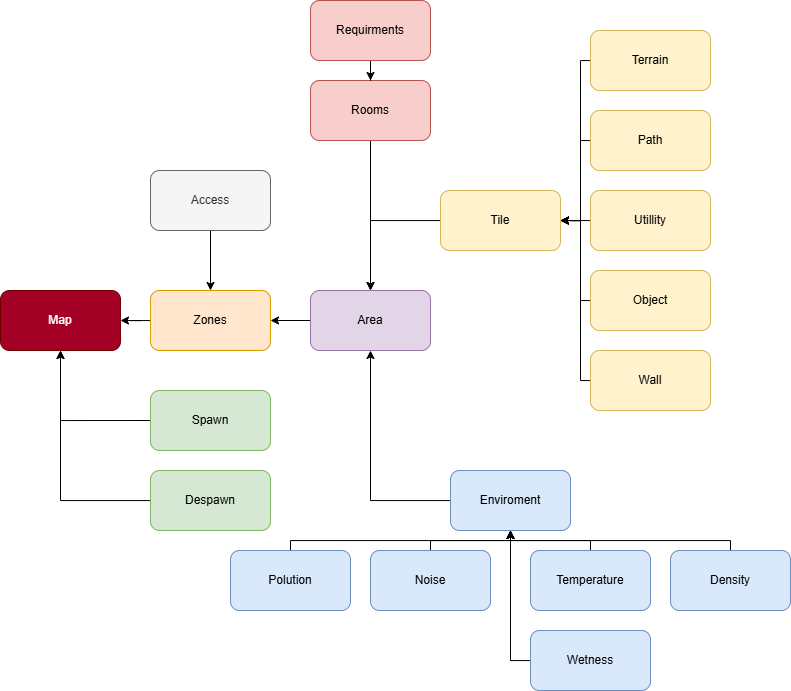
benjacobs982-dev/Festival-Sim-Project keeps this draw.io diagram as design/Architecture/Map.png. Above is the earlier version. Source tidied: cells renumbered, new cells last; positions are measured from the earlier drawing's top-left corner, leaving out a move shared by most shapes.
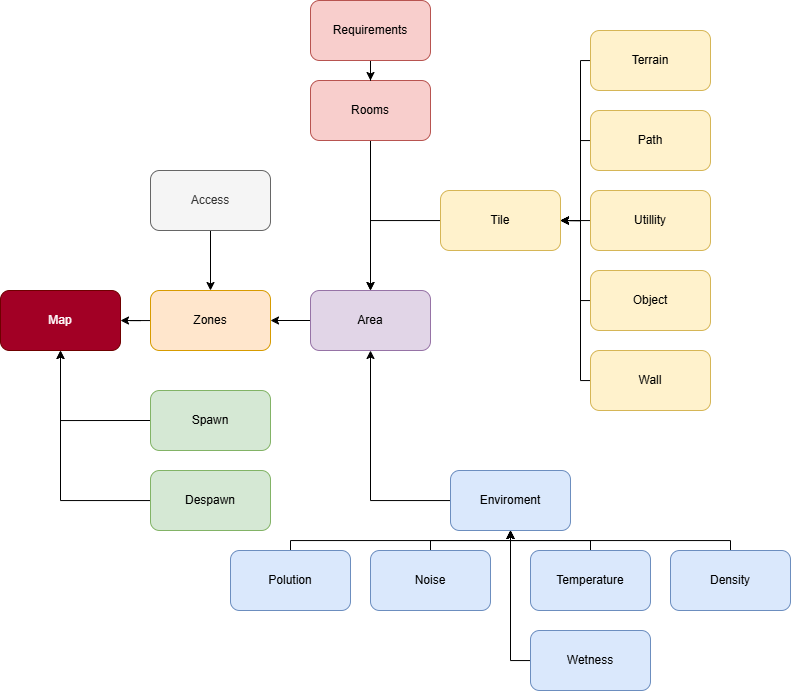
After the commit.

What changed in the source:
```diff
@@ -160,7 +160,7 @@
     <mxCell id="39" style="edgeStyle=orthogonalEdgeStyle;rounded=0;jettySize=auto;html=1;" parent="1" edge="1" source="40" target="38">
       <mxGeometry relative="1" as="geometry" />
     </mxCell>
-    <mxCell id="40" value="Requirments" style="rounded=1;whiteSpace=wrap;html=1;fillColor=#f8cecc;strokeColor=#b85450;" parent="1" vertex="1">
+    <mxCell id="40" value="Requirements" style="rounded=1;whiteSpace=wrap;html=1;fillColor=#f8cecc;strokeColor=#b85450;" parent="1" vertex="1">
       <mxGeometry x="310" width="120" height="60" as="geometry" />
     </mxCell>
   </root>
```
